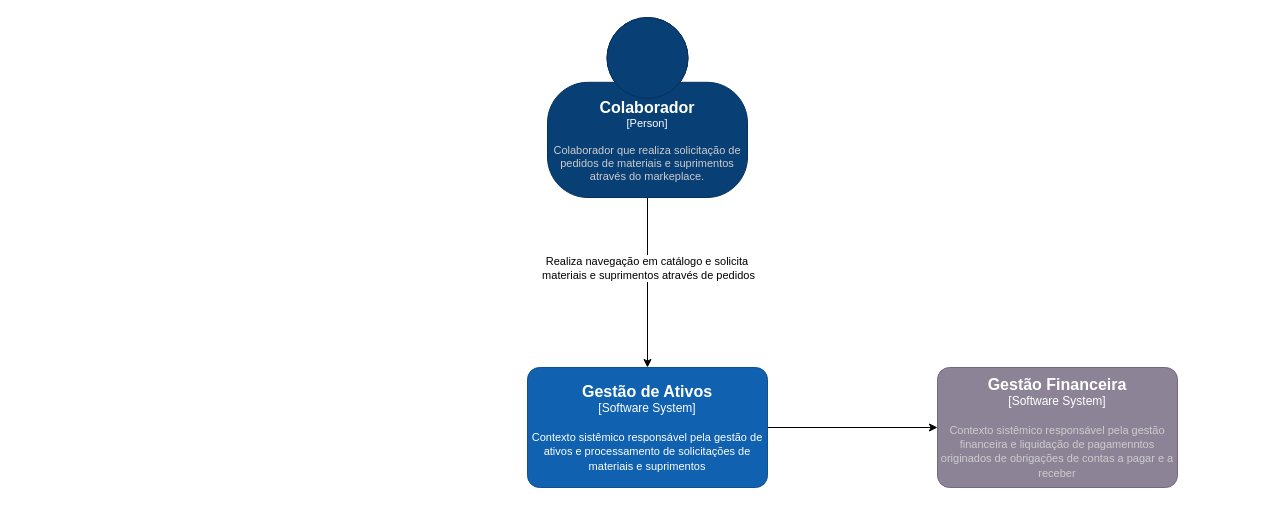
wfercosta/case-study-001-docs-architecture keeps this draw.io diagram as diagramas/c4_n1.drawio. Above is the earlier version. Source tidied: cells renumbered, new cells numbered last; positions are measured from the earlier drawing's top-left corner, leaving out a move shared by most shapes. Both pictures are drawn from the tidied source at 100%, with x=0, y=0 at pixel (527, 17).
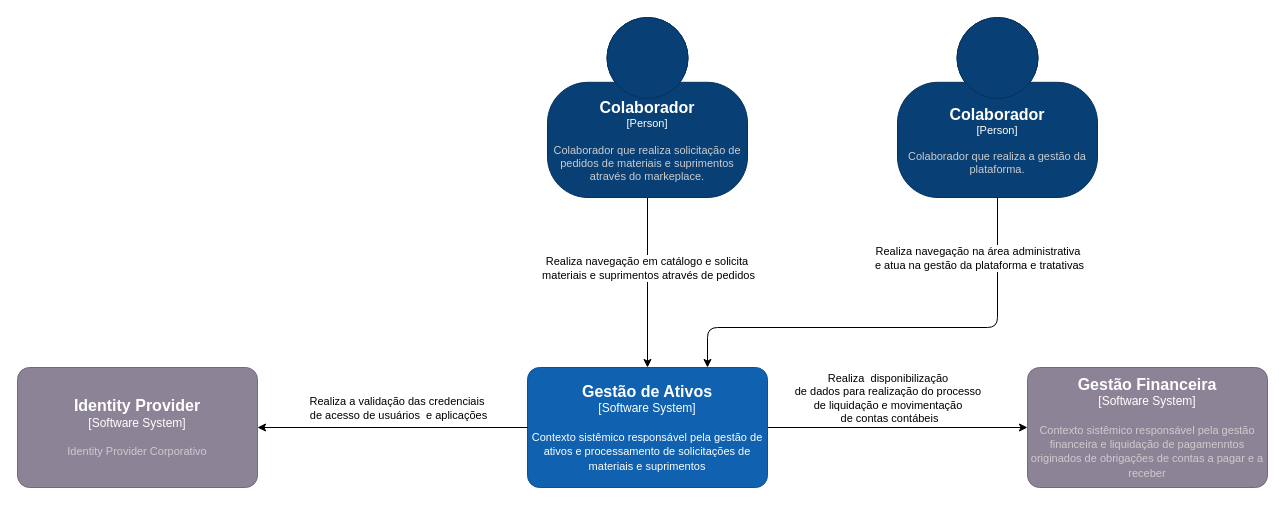
After the change.

Commit message (it also covers changes not shown here):
doc: adds intial diagram c4 lv n1 and n2

The change refers to these unchanged cells:
```xml
<mxCell id="3" style="edgeStyle=none;html=1;" parent="1" edge="1" source="4" target="2">
  <mxGeometry relative="1" as="geometry" />
</mxCell>
<object id="4" label="&lt;font style=&quot;font-size: 16px&quot;&gt;&lt;b&gt;%c4Name%&lt;/b&gt;&lt;/font&gt;&lt;div&gt;[%c4Type%]&lt;/div&gt;&lt;br&gt;&lt;div&gt;&lt;font style=&quot;font-size: 11px&quot;&gt;&lt;font&gt;%c4Description%&lt;/font&gt;&lt;/font&gt;&lt;/div&gt;" c4Description="Contexto sistêmico responsável pela gestão de  ativos e processamento de solicitações de materiais e suprimentos" c4Name="Gestão de Ativos" c4Type="Software System" placeholders="1">
  <mxCell style="rounded=1;whiteSpace=wrap;html=1;labelBackgroundColor=none;fillColor=#1061B0;fontColor=#FFFFFF;align=center;arcSize=10;strokeColor=#0D5091;points=[[0.25,0,0],[0.5,0,0],[0.75,0,0],[1,0.25,0],[1,0.5,0],[1,0.75,0],[0.75,1,0],[0.5,1,0],[0.25,1,0],[0,0.75,0],[0,0.5,0],[0,0.25,0]];" parent="1" vertex="1">
    <mxGeometry y="350" width="240" height="120" as="geometry" />
  </mxCell>
</object>
```

Change to the diagram source:
```diff
@@
     <object id="2" label="&lt;font style=&quot;font-size: 16px&quot;&gt;&lt;b&gt;%c4Name%&lt;/b&gt;&lt;/font&gt;&lt;div&gt;[%c4Type%]&lt;/div&gt;&lt;br&gt;&lt;div&gt;&lt;font style=&quot;font-size: 11px&quot;&gt;&lt;font color=&quot;#cccccc&quot;&gt;%c4Description%&lt;/font&gt;&lt;/div&gt;" c4Description="Contexto sistêmico responsável pela gestão financeira e liquidação de pagamenntos originados de obrigações de contas a pagar e a receber" c4Name="Gestão Financeira" c4Type="Software System" placeholders="1">
       <mxCell style="rounded=1;whiteSpace=wrap;html=1;labelBackgroundColor=none;fillColor=#8C8496;fontColor=#ffffff;align=center;arcSize=10;strokeColor=#736782;points=[[0.25,0,0],[0.5,0,0],[0.75,0,0],[1,0.25,0],[1,0.5,0],[1,0.75,0],[0.75,1,0],[0.5,1,0],[0.25,1,0],[0,0.75,0],[0,0.5,0],[0,0.25,0]];" parent="1" vertex="1">
-        <mxGeometry x="410" y="350" width="240" height="120" as="geometry" />
+        <mxGeometry x="500" y="350" width="240" height="120" as="geometry" />
       </mxCell>
     </object>
@@
+    <mxCell id="8" value="Realiza&amp;nbsp; disponibilização&amp;nbsp;&lt;div&gt;de dados para realização do processo&amp;nbsp;&lt;/div&gt;&lt;div&gt;de liquidação&amp;nbsp;&lt;span style=&quot;background-color: light-dark(#ffffff, var(--ge-dark-color, #121212));&quot;&gt;e movimentação&amp;nbsp;&lt;/span&gt;&lt;/div&gt;&lt;div&gt;&lt;span style=&quot;background-color: light-dark(#ffffff, var(--ge-dark-color, #121212));&quot;&gt;de contas contábeis&lt;/span&gt;&lt;/div&gt;" style="edgeLabel;html=1;align=center;verticalAlign=middle;" parent="3" vertex="1">
+      <mxGeometry x="-0.25" y="-1" relative="1" as="geometry">
+        <mxPoint x="23" y="-31" as="offset" />
+      </mxGeometry>
+    </mxCell>
@@
+    <object id="9" label="&lt;font style=&quot;font-size: 16px&quot;&gt;&lt;b&gt;%c4Name%&lt;/b&gt;&lt;/font&gt;&lt;div&gt;[%c4Type%]&lt;/div&gt;&lt;br&gt;&lt;div&gt;&lt;font style=&quot;font-size: 11px&quot;&gt;&lt;font color=&quot;#cccccc&quot;&gt;%c4Description%&lt;/font&gt;&lt;/div&gt;" c4Description="Identity Provider Corporativo" c4Name="Identity Provider" c4Type="Software System" placeholders="1">
+      <mxCell style="rounded=1;whiteSpace=wrap;html=1;labelBackgroundColor=none;fillColor=#8C8496;fontColor=#ffffff;align=center;arcSize=10;strokeColor=#736782;points=[[0.25,0,0],[0.5,0,0],[0.75,0,0],[1,0.25,0],[1,0.5,0],[1,0.75,0],[0.75,1,0],[0.5,1,0],[0.25,1,0],[0,0.75,0],[0,0.5,0],[0,0.25,0]];" parent="1" vertex="1">
+        <mxGeometry x="-510" y="350" width="240" height="120" as="geometry" />
+      </mxCell>
+    </object>
+    <mxCell id="10" style="edgeStyle=none;html=1;entryX=1;entryY=0.5;entryDx=0;entryDy=0;entryPerimeter=0;" parent="1" edge="1" source="4" target="9">
+      <mxGeometry relative="1" as="geometry" />
+    </mxCell>
+    <mxCell id="11" value="Realiza a validação das credenciais&amp;nbsp;&lt;div&gt;de acesso de usuários&amp;nbsp; e aplicações&lt;/div&gt;" style="edgeLabel;html=1;align=center;verticalAlign=middle;" parent="10" vertex="1">
+      <mxGeometry x="0.31" y="-1" relative="1" as="geometry">
+        <mxPoint x="47" y="-19" as="offset" />
+      </mxGeometry>
+    </mxCell>
+    <object id="12" label="&lt;font style=&quot;font-size: 16px&quot;&gt;&lt;b&gt;%c4Name%&lt;/b&gt;&lt;/font&gt;&lt;div&gt;[%c4Type%]&lt;/div&gt;&lt;br&gt;&lt;div&gt;&lt;font style=&quot;font-size: 11px&quot;&gt;&lt;font color=&quot;#cccccc&quot;&gt;%c4Description%&lt;/font&gt;&lt;/div&gt;" c4Description="Colaborador que realiza a gestão da plataforma." c4Name="Colaborador" c4Type="Person" placeholders="1">
+      <mxCell style="html=1;fontSize=11;dashed=0;whiteSpace=wrap;fillColor=#083F75;strokeColor=#06315C;fontColor=#ffffff;shape=mxgraph.c4.person2;align=center;points=[[0.5,0,0],[1,0.5,0],[1,0.75,0],[0.75,1,0],[0.5,1,0],[0.25,1,0],[0,0.75,0],[0,0.5,0]];" parent="1" vertex="1">
+        <mxGeometry x="370" width="200" height="180" as="geometry" />
+      </mxCell>
+    </object>
+    <mxCell id="13" style="edgeStyle=none;html=1;entryX=0.75;entryY=0;entryDx=0;entryDy=0;entryPerimeter=0;" parent="1" edge="1" source="12" target="4">
+      <mxGeometry relative="1" as="geometry">
+        <Array as="points">
+          <mxPoint x="470" y="310" />
+          <mxPoint x="180" y="310" />
+        </Array>
+      </mxGeometry>
+    </mxCell>
+    <mxCell id="14" value="&lt;span style=&quot;color: rgb(0, 0, 0);&quot;&gt;Realiza navegação na área administrativa&amp;nbsp;&lt;/span&gt;&lt;div&gt;&lt;span style=&quot;color: rgb(0, 0, 0);&quot;&gt;e atua na gestão da plataforma e tratativas&lt;/span&gt;&lt;/div&gt;" style="edgeLabel;html=1;align=center;verticalAlign=middle;" parent="13" vertex="1">
+      <mxGeometry x="0.47" y="1" relative="1" as="geometry">
+        <mxPoint x="189" y="-71" as="offset" />
+      </mxGeometry>
+    </mxCell>
```
